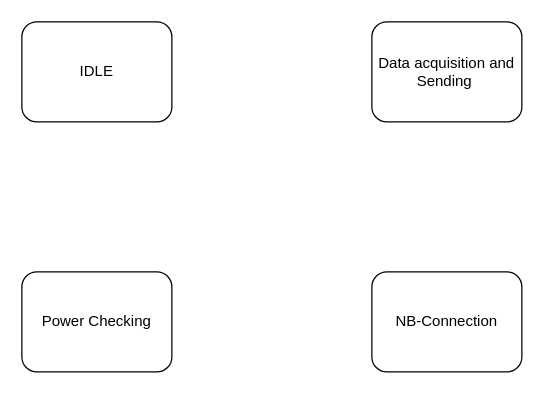
K2ayzz/ForDrawIO keeps this draw.io diagram as State Diagram.drawio. Above is the earlier version. Source tidied: cells renumbered, new cells numbered last; positions are measured from the earlier drawing's top-left corner, leaving out a move shared by most shapes. Both pictures are drawn from the tidied source at 125%, with x=0, y=0 at pixel (21, 21).
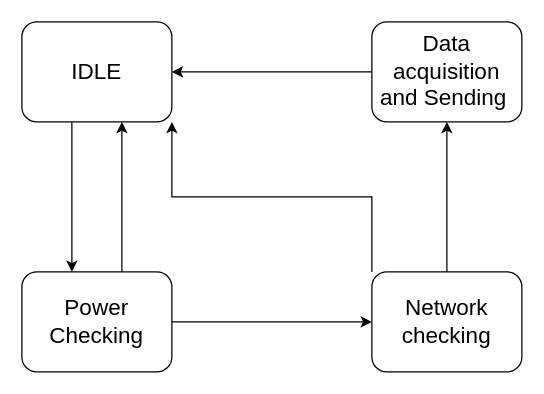
The same diagram, later.

Commit message (it also covers changes not shown here):
Cập nhật State Diagram.drawio

Diff of the diagram source:
```diff
@@
 <mxGraphModel>
   <root>
     <mxCell id="0" />
     <mxCell id="1" parent="0" />
+    <mxCell id="6" style="edgeStyle=orthogonalEdgeStyle;rounded=0;orthogonalLoop=1;jettySize=auto;html=1;entryX=0.5;entryY=0;entryDx=0;entryDy=0;" parent="1" edge="1">
+      <mxGeometry relative="1" as="geometry">
+        <mxPoint x="40" y="80" as="sourcePoint" />
+        <mxPoint x="40" y="200" as="targetPoint" />
+      </mxGeometry>
+    </mxCell>
-    <mxCell id="2" value="IDLE" style="rounded=1;whiteSpace=wrap;html=1;" parent="1" vertex="1">
+    <mxCell id="2" value="&lt;font style=&quot;font-size: 18px;&quot;&gt;IDLE&lt;/font&gt;" style="rounded=1;whiteSpace=wrap;html=1;" parent="1" vertex="1">
       <mxGeometry width="120" height="80" as="geometry" />
     </mxCell>
+    <mxCell id="7" style="edgeStyle=orthogonalEdgeStyle;rounded=0;orthogonalLoop=1;jettySize=auto;html=1;entryX=0.5;entryY=1;entryDx=0;entryDy=0;" parent="1" edge="1">
+      <mxGeometry relative="1" as="geometry">
+        <mxPoint x="80" y="200" as="sourcePoint" />
+        <mxPoint x="80" y="80" as="targetPoint" />
+      </mxGeometry>
+    </mxCell>
+    <mxCell id="8" style="edgeStyle=orthogonalEdgeStyle;rounded=0;jettySize=auto;html=1;" parent="1" edge="1" source="3" target="4">
+      <mxGeometry relative="1" as="geometry" />
+    </mxCell>
-    <mxCell id="3" value="Power Checking" style="rounded=1;whiteSpace=wrap;html=1;" parent="1" vertex="1">
+    <mxCell id="3" value="&lt;font style=&quot;font-size: 18px;&quot;&gt;Power Checking&lt;/font&gt;" style="rounded=1;whiteSpace=wrap;html=1;" parent="1" vertex="1">
       <mxGeometry y="200" width="120" height="80" as="geometry" />
     </mxCell>
+    <mxCell id="9" style="edgeStyle=orthogonalEdgeStyle;rounded=0;jettySize=auto;html=1;" parent="1" edge="1" source="4" target="5">
+      <mxGeometry relative="1" as="geometry" />
+    </mxCell>
+    <mxCell id="10" style="edgeStyle=orthogonalEdgeStyle;rounded=0;jettySize=auto;html=1;exitX=0;exitY=0;exitDx=0;exitDy=0;entryX=1;entryY=1;entryDx=0;entryDy=0;" parent="1" edge="1" source="4" target="2">
+      <mxGeometry relative="1" as="geometry" />
+    </mxCell>
-    <mxCell id="4" value="NB-Connection" style="rounded=1;whiteSpace=wrap;html=1;" parent="1" vertex="1">
+    <mxCell id="4" value="&lt;font style=&quot;font-size: 18px;&quot;&gt;Network checking&lt;/font&gt;" style="rounded=1;whiteSpace=wrap;html=1;" parent="1" vertex="1">
       <mxGeometry x="280" y="200" width="120" height="80" as="geometry" />
     </mxCell>
+    <mxCell id="11" style="edgeStyle=orthogonalEdgeStyle;rounded=0;jettySize=auto;html=1;" parent="1" edge="1" source="5" target="2">
+      <mxGeometry relative="1" as="geometry" />
+    </mxCell>
-    <mxCell id="5" value="Data acquisition and Sending&amp;nbsp;" style="rounded=1;whiteSpace=wrap;html=1;" parent="1" vertex="1">
+    <mxCell id="5" value="&lt;font style=&quot;font-size: 18px;&quot;&gt;Data acquisition and Sending&amp;nbsp;&lt;/font&gt;" style="rounded=1;whiteSpace=wrap;html=1;" parent="1" vertex="1">
       <mxGeometry x="280" width="120" height="80" as="geometry" />
     </mxCell>
   </root>
 </mxGraphModel>
```
